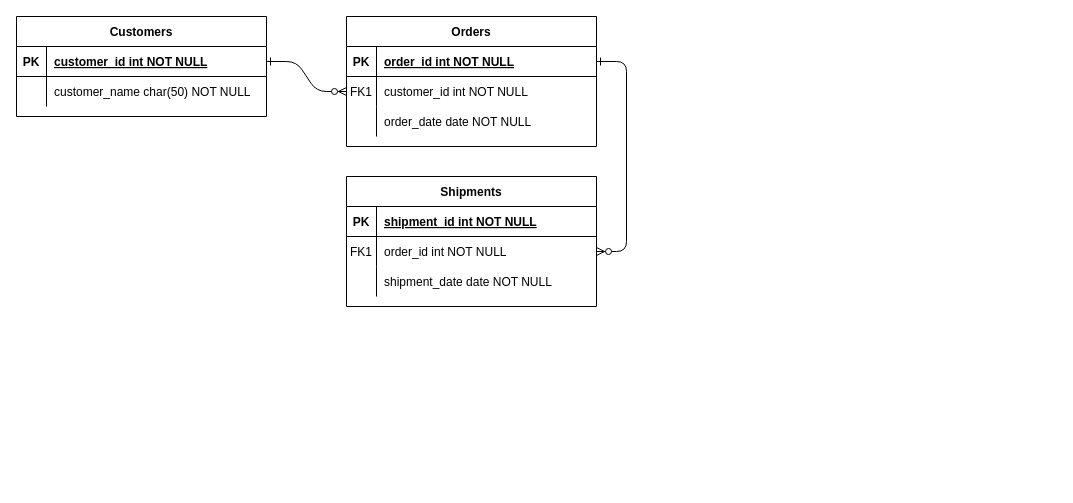
This is assets/libs/quick-market-mer.drawio from messiasGeovani/quick-market-docs, a draw.io file, before an edit. Source tidied: cells renumbered, new cells numbered last; positions are measured from the earlier drawing's top-left corner, leaving out a move shared by most shapes. Both pictures are drawn from the tidied source at 100%, with x=0, y=0 at pixel (16, 16).
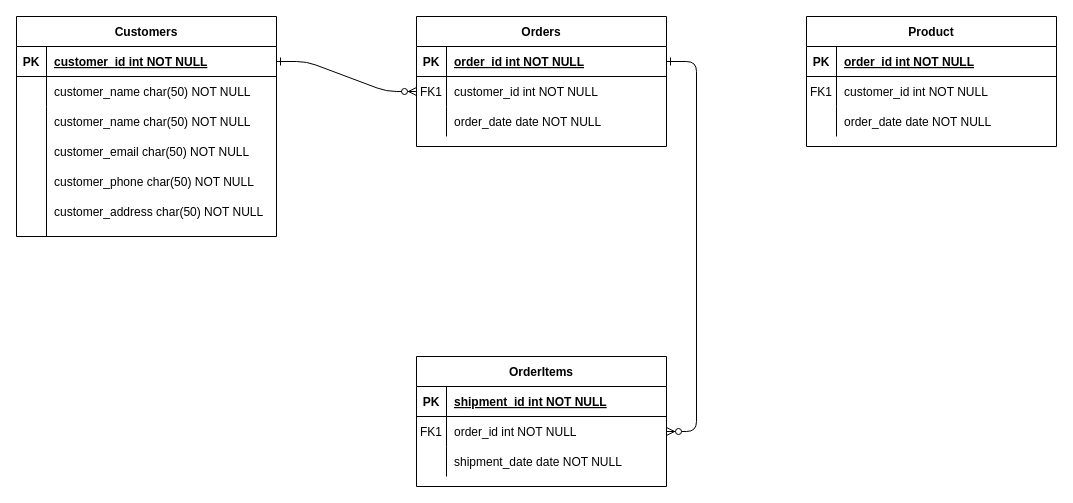
The same diagram, later.

Diff of the diagram source:
```diff
@@
     <mxCell id="4" value="Orders" style="shape=table;startSize=30;childLayout=tableLayout;rowLines=0;fontStyle=1;align=center;" parent="1" vertex="1">
-      <mxGeometry x="330" width="250" height="130" as="geometry" />
+      <mxGeometry x="400" width="250" height="130" as="geometry" />
     </mxCell>
@@
-    <mxCell id="14" value="Shipments" style="shape=table;startSize=30;childLayout=tableLayout;rowLines=0;fontStyle=1;align=center;" parent="1" vertex="1">
-      <mxGeometry x="330" y="160" width="250" height="130" as="geometry" />
+    <mxCell id="14" value="OrderItems" style="shape=table;startSize=30;childLayout=tableLayout;rowLines=0;fontStyle=1;align=center;" parent="1" vertex="1">
+      <mxGeometry x="400" y="340" width="250" height="130" as="geometry" />
     </mxCell>
@@
     <mxCell id="24" value="Customers" style="shape=table;startSize=30;childLayout=tableLayout;rowLines=0;fontStyle=1;align=center;" parent="1" vertex="1">
-      <mxGeometry width="250" height="100" as="geometry" />
+      <mxGeometry width="260" height="220" as="geometry" />
     </mxCell>
     <mxCell id="25" style="shape=partialRectangle;fillColor=none;points=[[0,0.5],[1,0.5]];portConstraint=eastwest;top=0;left=0;right=0;bottom=1;" parent="24" vertex="1">
-      <mxGeometry y="30" width="250" height="30" as="geometry" />
+      <mxGeometry y="30" width="260" height="30" as="geometry" />
     </mxCell>
@@
     <mxCell id="27" value="customer_id int NOT NULL " style="shape=partialRectangle;overflow=hidden;fillColor=none;top=0;left=0;bottom=0;right=0;align=left;spacingLeft=6;fontStyle=5;" parent="25" vertex="1">
-      <mxGeometry x="30" width="220" height="30" as="geometry" />
+      <mxGeometry x="30" width="230" height="30" as="geometry" />
     </mxCell>
     <mxCell id="28" style="shape=partialRectangle;fillColor=none;top=0;left=0;right=0;bottom=0;" parent="24" vertex="1">
-      <mxGeometry y="60" width="250" height="30" as="geometry" />
+      <mxGeometry y="60" width="260" height="30" as="geometry" />
     </mxCell>
@@
     <mxCell id="30" value="customer_name char(50) NOT NULL" style="shape=partialRectangle;overflow=hidden;fillColor=none;top=0;left=0;bottom=0;right=0;align=left;spacingLeft=6;" parent="28" vertex="1">
-      <mxGeometry x="30" width="220" height="30" as="geometry" />
+      <mxGeometry x="30" width="230" height="30" as="geometry" />
     </mxCell>
+    <mxCell id="31" value="Product" style="shape=table;startSize=30;childLayout=tableLayout;rowLines=0;fontStyle=1;align=center;" parent="1" vertex="1">
+      <mxGeometry x="790" width="250" height="130" as="geometry" />
+    </mxCell>
+    <mxCell id="32" style="shape=partialRectangle;fillColor=none;top=0;left=0;right=0;bottom=1;" parent="31" vertex="1">
+      <mxGeometry y="30" width="250" height="30" as="geometry" />
+    </mxCell>
+    <mxCell id="33" value="PK" style="shape=partialRectangle;overflow=hidden;fillColor=none;top=0;left=0;bottom=0;right=0;fontStyle=1;" parent="32" vertex="1">
+      <mxGeometry width="30" height="30" as="geometry" />
+    </mxCell>
+    <mxCell id="34" value="order_id int NOT NULL " style="shape=partialRectangle;overflow=hidden;fillColor=none;top=0;left=0;bottom=0;right=0;align=left;spacingLeft=6;fontStyle=5;" parent="32" vertex="1">
+      <mxGeometry x="30" width="220" height="30" as="geometry" />
+    </mxCell>
+    <mxCell id="35" style="shape=partialRectangle;fillColor=none;top=0;left=0;right=0;bottom=0;" parent="31" vertex="1">
+      <mxGeometry y="60" width="250" height="30" as="geometry" />
+    </mxCell>
+    <mxCell id="36" value="FK1" style="shape=partialRectangle;overflow=hidden;fillColor=none;top=0;left=0;bottom=0;right=0;" parent="35" vertex="1">
+      <mxGeometry width="30" height="30" as="geometry" />
+    </mxCell>
+    <mxCell id="37" value="customer_id int NOT NULL" style="shape=partialRectangle;overflow=hidden;fillColor=none;top=0;left=0;bottom=0;right=0;align=left;spacingLeft=6;" parent="35" vertex="1">
+      <mxGeometry x="30" width="220" height="30" as="geometry" />
+    </mxCell>
+    <mxCell id="38" style="shape=partialRectangle;fillColor=none;top=0;left=0;right=0;bottom=0;" parent="31" vertex="1">
+      <mxGeometry y="90" width="250" height="30" as="geometry" />
+    </mxCell>
+    <mxCell id="39" style="shape=partialRectangle;overflow=hidden;fillColor=none;top=0;left=0;bottom=0;right=0;" parent="38" vertex="1">
+      <mxGeometry width="30" height="30" as="geometry" />
+    </mxCell>
+    <mxCell id="40" value="order_date date NOT NULL" style="shape=partialRectangle;overflow=hidden;fillColor=none;top=0;left=0;bottom=0;right=0;align=left;spacingLeft=6;" parent="38" vertex="1">
+      <mxGeometry x="30" width="220" height="30" as="geometry" />
+    </mxCell>
+    <mxCell id="41" value="customer_name char(50) NOT NULL" style="shape=partialRectangle;overflow=hidden;fillColor=none;top=0;left=0;bottom=0;right=0;align=left;spacingLeft=6;" parent="1" vertex="1">
+      <mxGeometry x="30" y="90" width="220" height="30" as="geometry" />
+    </mxCell>
+    <mxCell id="42" style="endArrow=none;html=1;rounded=0;" parent="1" edge="1">
+      <mxGeometry relative="1" as="geometry">
+        <mxPoint x="30" y="220" as="sourcePoint" />
+        <mxPoint x="30" y="90" as="targetPoint" />
+      </mxGeometry>
+    </mxCell>
+    <mxCell id="43" value="customer_email char(50) NOT NULL" style="shape=partialRectangle;overflow=hidden;fillColor=none;top=0;left=0;bottom=0;right=0;align=left;spacingLeft=6;" parent="1" vertex="1">
+      <mxGeometry x="30" y="120" width="220" height="30" as="geometry" />
+    </mxCell>
+    <mxCell id="44" value="customer_phone char(50) NOT NULL" style="shape=partialRectangle;overflow=hidden;fillColor=none;top=0;left=0;bottom=0;right=0;align=left;spacingLeft=6;" parent="1" vertex="1">
+      <mxGeometry x="30" y="150" width="220" height="30" as="geometry" />
+    </mxCell>
+    <mxCell id="45" value="customer_address char(50) NOT NULL" style="shape=partialRectangle;overflow=hidden;fillColor=none;top=0;left=0;bottom=0;right=0;align=left;spacingLeft=6;" parent="1" vertex="1">
+      <mxGeometry x="30" y="180" width="220" height="30" as="geometry" />
+    </mxCell>
```
